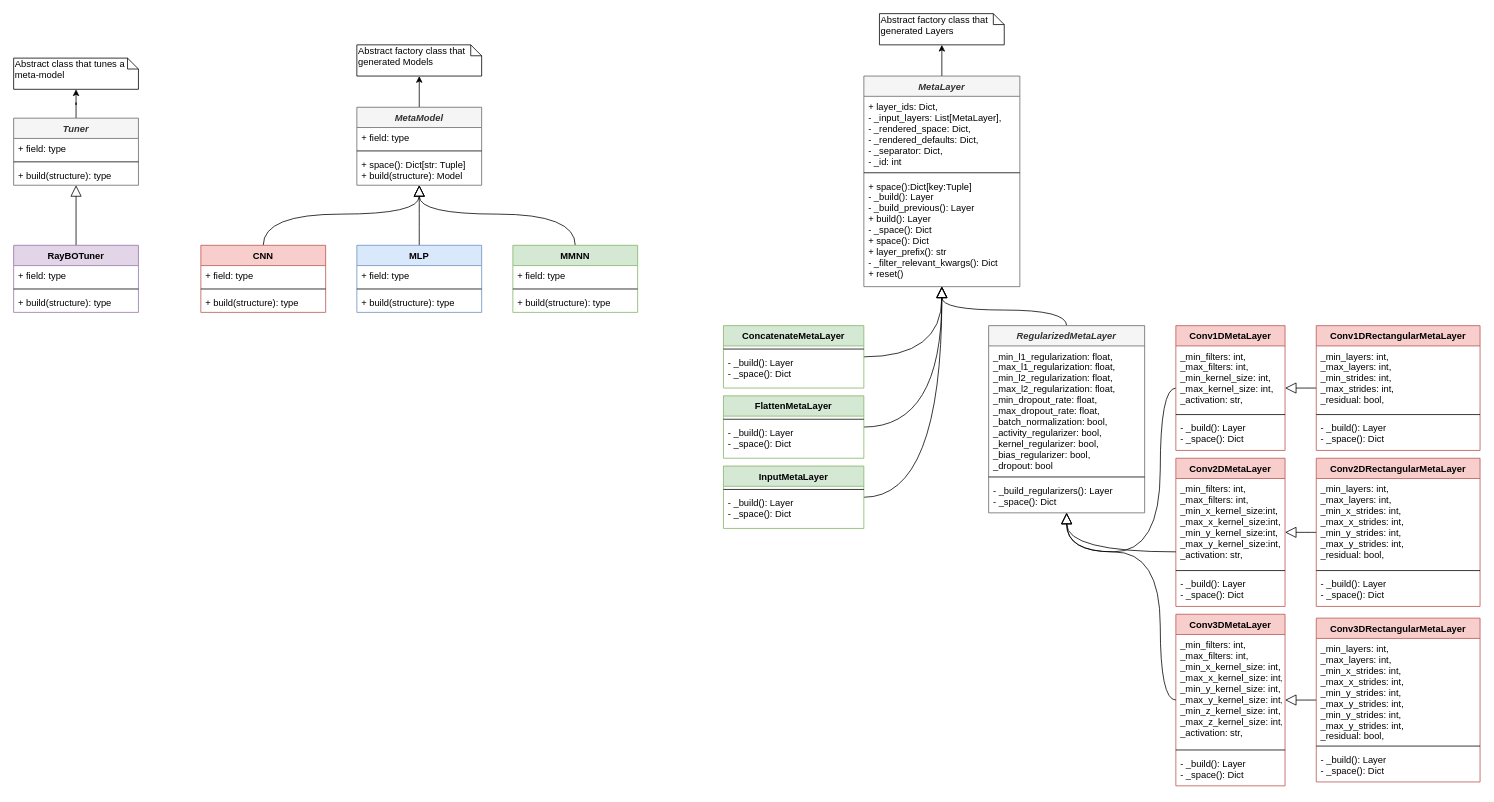
Before: uml_schema.drawio in AnacletoLAB/meta_models, a draw.io diagram. Source tidied: cells renumbered, new cells numbered last; positions are measured from the earlier drawing's top-left corner, leaving out a move shared by most shapes. Both pictures are drawn from the tidied source at 78%, with x=0, y=0 at pixel (13, 13).
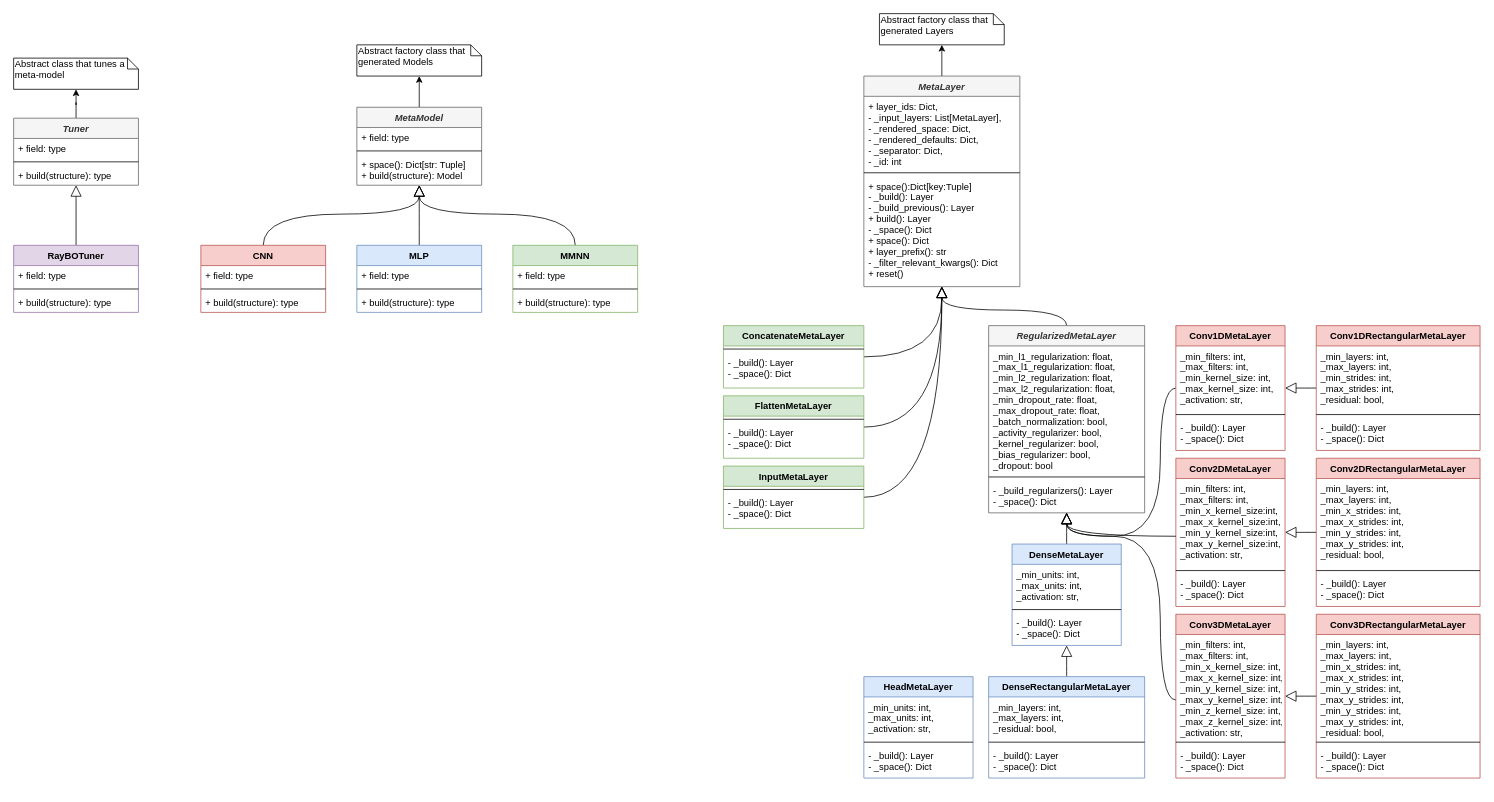
After the change.

Unchanged cells that the change refers to:
```xml
<mxCell id="44" value="RegularizedMetaLayer" style="swimlane;fontStyle=3;align=center;verticalAlign=top;horizontal=1;startSize=26;fillColor=#f5f5f5;strokeColor=#666666;fontColor=#333333;" parent="1" vertex="1">
  <mxGeometry x="1250" y="400" width="200" height="240" as="geometry" />
</mxCell>
<mxCell id="58" value="Conv1DMetaLayer" style="swimlane;fontStyle=1;align=center;verticalAlign=top;horizontal=1;startSize=26;fillColor=#f8cecc;strokeColor=#b85450;" parent="1" vertex="1">
  <mxGeometry x="1490" y="400" width="140" height="160" as="geometry" />
</mxCell>
<mxCell id="62" value="Conv2DMetaLayer" style="swimlane;fontStyle=1;align=center;verticalAlign=top;horizontal=1;startSize=26;fillColor=#f8cecc;strokeColor=#b85450;" parent="1" vertex="1">
  <mxGeometry x="1490" y="570" width="140" height="190" as="geometry" />
</mxCell>
```

Diff of the diagram source:
```diff
@@
     <mxCell id="57" style="endArrow=block;endFill=0;endSize=12;html=1;edgeStyle=orthogonalEdgeStyle;curved=1;" parent="1" edge="1" source="58" target="44">
       <mxGeometry relative="1" as="geometry">
         <Array as="points">
           <mxPoint x="1470" y="480" />
-          <mxPoint x="1470" y="690" />
-          <mxPoint x="1350" y="690" />
+          <mxPoint x="1470" y="670" />
+          <mxPoint x="1350" y="670" />
         </Array>
       </mxGeometry>
     </mxCell>
@@
-    <mxCell id="66" value="Conv3DMetaLayer" style="swimlane;fontStyle=1;align=center;verticalAlign=top;horizontal=1;startSize=26;fillColor=#f8cecc;strokeColor=#b85450;" parent="1" vertex="1">
-      <mxGeometry x="1490" y="770" width="140" height="220" as="geometry" />
-    </mxCell>
-    <mxCell id="67" value="_min_filters: int,&#10;_max_filters: int,&#10;_min_x_kernel_size: int,&#10;_max_x_kernel_size: int,&#10;_min_y_kernel_size: int,&#10;_max_y_kernel_size: int,&#10;_min_z_kernel_size: int,&#10;_max_z_kernel_size: int,&#10;_activation: str,&#10;" style="text;strokeColor=none;fillColor=none;align=left;verticalAlign=top;spacingLeft=4;spacingRight=4;overflow=hidden;" parent="66" vertex="1">
-      <mxGeometry y="26" width="140" height="144" as="geometry" />
-    </mxCell>
-    <mxCell id="68" style="line;strokeWidth=1;fillColor=none;align=left;verticalAlign=middle;spacingTop=-1;spacingLeft=3;spacingRight=3;labelPosition=right;" parent="66" vertex="1">
-      <mxGeometry y="170" width="140" height="8" as="geometry" />
-    </mxCell>
-    <mxCell id="69" value="- _build(): Layer&#10;- _space(): Dict&#10;" style="text;strokeColor=none;fillColor=none;align=left;verticalAlign=top;spacingLeft=4;spacingRight=4;overflow=hidden;" parent="66" vertex="1">
-      <mxGeometry y="178" width="140" height="42" as="geometry" />
-    </mxCell>
     <mxCell id="70" style="endArrow=block;endFill=0;endSize=12;html=1;edgeStyle=orthogonalEdgeStyle;curved=1;" parent="1" edge="1" source="62" target="44">
       <mxGeometry relative="1" as="geometry">
         <Array as="points">
-          <mxPoint x="1350" y="690" />
+          <mxPoint x="1350" y="670" />
         </Array>
       </mxGeometry>
     </mxCell>
     <mxCell id="71" style="endArrow=block;endFill=0;endSize=12;html=1;edgeStyle=orthogonalEdgeStyle;curved=1;" parent="1" edge="1" source="66" target="44">
       <mxGeometry relative="1" as="geometry">
         <Array as="points">
           <mxPoint x="1470" y="880" />
-          <mxPoint x="1470" y="690" />
-          <mxPoint x="1350" y="690" />
+          <mxPoint x="1470" y="670" />
+          <mxPoint x="1350" y="670" />
         </Array>
       </mxGeometry>
     </mxCell>
@@
+    <mxCell id="87" style="endArrow=block;endFill=0;endSize=12;html=1;edgeStyle=orthogonalEdgeStyle;curved=1;" parent="1" edge="1" source="89" target="44">
+      <mxGeometry relative="1" as="geometry">
+        <Array as="points">
+          <mxPoint x="1350" y="760" />
+          <mxPoint x="1350" y="760" />
+        </Array>
+      </mxGeometry>
+    </mxCell>
+    <mxCell id="88" style="endArrow=block;endFill=0;endSize=12;html=1;edgeStyle=orthogonalEdgeStyle;curved=1;" parent="1" edge="1" source="93" target="89">
+      <mxGeometry relative="1" as="geometry">
+        <Array as="points">
+          <mxPoint x="1350" y="890" />
+          <mxPoint x="1350" y="890" />
+        </Array>
+      </mxGeometry>
+    </mxCell>
+    <mxCell id="89" value="DenseMetaLayer" style="swimlane;fontStyle=1;align=center;verticalAlign=top;horizontal=1;startSize=26;fillColor=#dae8fc;strokeColor=#6c8ebf;" parent="1" vertex="1">
+      <mxGeometry x="1280" y="680" width="140" height="130" as="geometry" />
+    </mxCell>
+    <mxCell id="90" value="_min_units: int,&#10;_max_units: int,&#10;_activation: str," style="text;strokeColor=none;fillColor=none;align=left;verticalAlign=top;spacingLeft=4;spacingRight=4;overflow=hidden;" parent="89" vertex="1">
+      <mxGeometry y="26" width="140" height="54" as="geometry" />
+    </mxCell>
+    <mxCell id="91" style="line;strokeWidth=1;fillColor=none;align=left;verticalAlign=middle;spacingTop=-1;spacingLeft=3;spacingRight=3;labelPosition=right;" parent="89" vertex="1">
+      <mxGeometry y="80" width="140" height="8" as="geometry" />
+    </mxCell>
+    <mxCell id="92" value="- _build(): Layer&#10;- _space(): Dict&#10;" style="text;strokeColor=none;fillColor=none;align=left;verticalAlign=top;spacingLeft=4;spacingRight=4;overflow=hidden;" parent="89" vertex="1">
+      <mxGeometry y="88" width="140" height="42" as="geometry" />
+    </mxCell>
+    <mxCell id="93" value="DenseRectangularMetaLayer" style="swimlane;fontStyle=1;align=center;verticalAlign=top;horizontal=1;startSize=26;fillColor=#dae8fc;strokeColor=#6c8ebf;" parent="1" vertex="1">
+      <mxGeometry x="1250" y="850" width="200" height="130" as="geometry" />
+    </mxCell>
+    <mxCell id="94" value="_min_layers: int,&#10;_max_layers: int,&#10;_residual: bool," style="text;strokeColor=none;fillColor=none;align=left;verticalAlign=top;spacingLeft=4;spacingRight=4;overflow=hidden;" parent="93" vertex="1">
+      <mxGeometry y="26" width="200" height="54" as="geometry" />
+    </mxCell>
+    <mxCell id="95" style="line;strokeWidth=1;fillColor=none;align=left;verticalAlign=middle;spacingTop=-1;spacingLeft=3;spacingRight=3;labelPosition=right;" parent="93" vertex="1">
+      <mxGeometry y="80" width="200" height="8" as="geometry" />
+    </mxCell>
+    <mxCell id="96" value="- _build(): Layer&#10;- _space(): Dict&#10;" style="text;strokeColor=none;fillColor=none;align=left;verticalAlign=top;spacingLeft=4;spacingRight=4;overflow=hidden;" parent="93" vertex="1">
+      <mxGeometry y="88" width="200" height="42" as="geometry" />
+    </mxCell>
+    <mxCell id="66" value="Conv3DMetaLayer" style="swimlane;fontStyle=1;align=center;verticalAlign=top;horizontal=1;startSize=26;fillColor=#f8cecc;strokeColor=#b85450;" parent="1" vertex="1">
+      <mxGeometry x="1490" y="770" width="140" height="210" as="geometry" />
+    </mxCell>
+    <mxCell id="67" value="_min_filters: int,&#10;_max_filters: int,&#10;_min_x_kernel_size: int,&#10;_max_x_kernel_size: int,&#10;_min_y_kernel_size: int,&#10;_max_y_kernel_size: int,&#10;_min_z_kernel_size: int,&#10;_max_z_kernel_size: int,&#10;_activation: str,&#10;" style="text;strokeColor=none;fillColor=none;align=left;verticalAlign=top;spacingLeft=4;spacingRight=4;overflow=hidden;" parent="66" vertex="1">
+      <mxGeometry y="26" width="140" height="134" as="geometry" />
+    </mxCell>
+    <mxCell id="68" style="line;strokeWidth=1;fillColor=none;align=left;verticalAlign=middle;spacingTop=-1;spacingLeft=3;spacingRight=3;labelPosition=right;" parent="66" vertex="1">
+      <mxGeometry y="160" width="140" height="8" as="geometry" />
+    </mxCell>
+    <mxCell id="69" value="- _build(): Layer&#10;- _space(): Dict&#10;" style="text;strokeColor=none;fillColor=none;align=left;verticalAlign=top;spacingLeft=4;spacingRight=4;overflow=hidden;" parent="66" vertex="1">
+      <mxGeometry y="168" width="140" height="42" as="geometry" />
+    </mxCell>
     <mxCell id="83" value="Conv3DRectangularMetaLayer" style="swimlane;fontStyle=1;align=center;verticalAlign=top;horizontal=1;startSize=26;fillColor=#f8cecc;strokeColor=#b85450;" parent="1" vertex="1">
-      <mxGeometry x="1670" y="775" width="210" height="210" as="geometry" />
+      <mxGeometry x="1670" y="770" width="210" height="210" as="geometry" />
     </mxCell>
@@
+    <mxCell id="97" value="HeadMetaLayer" style="swimlane;fontStyle=1;align=center;verticalAlign=top;horizontal=1;startSize=26;fillColor=#dae8fc;strokeColor=#6c8ebf;" parent="1" vertex="1">
+      <mxGeometry x="1090" y="850" width="140" height="130" as="geometry" />
+    </mxCell>
+    <mxCell id="98" value="_min_units: int,&#10;_max_units: int,&#10;_activation: str," style="text;strokeColor=none;fillColor=none;align=left;verticalAlign=top;spacingLeft=4;spacingRight=4;overflow=hidden;" parent="97" vertex="1">
+      <mxGeometry y="26" width="140" height="54" as="geometry" />
+    </mxCell>
+    <mxCell id="99" style="line;strokeWidth=1;fillColor=none;align=left;verticalAlign=middle;spacingTop=-1;spacingLeft=3;spacingRight=3;labelPosition=right;" parent="97" vertex="1">
+      <mxGeometry y="80" width="140" height="8" as="geometry" />
+    </mxCell>
+    <mxCell id="100" value="- _build(): Layer&#10;- _space(): Dict&#10;" style="text;strokeColor=none;fillColor=none;align=left;verticalAlign=top;spacingLeft=4;spacingRight=4;overflow=hidden;" parent="97" vertex="1">
+      <mxGeometry y="88" width="140" height="42" as="geometry" />
+    </mxCell>
```
